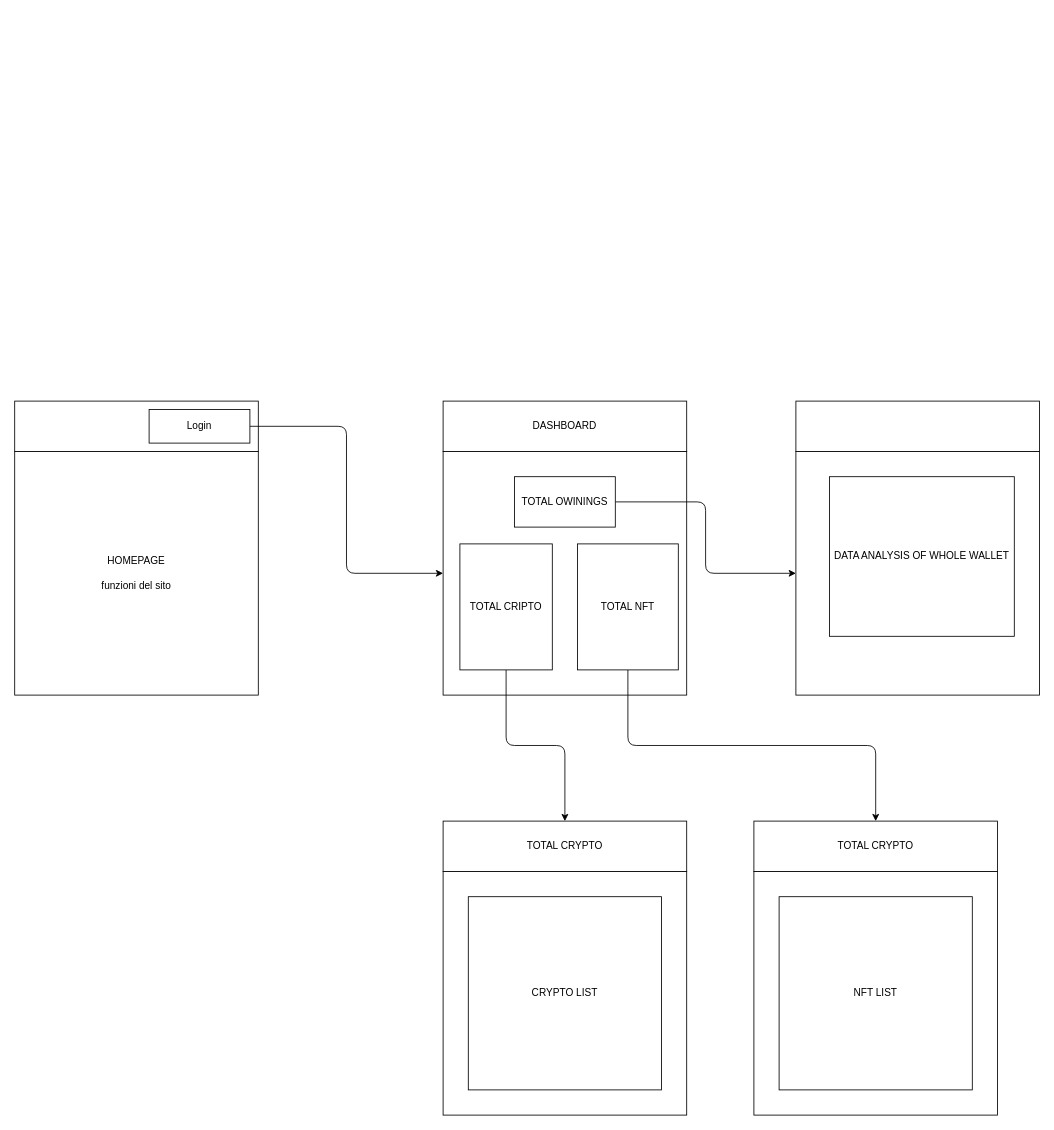
Earlier version of the draw.io diagram website_pages.drawio (Mat-123/CrypTracker). Source tidied: cells renumbered, new cells numbered last; positions are measured from the earlier drawing's top-left corner, leaving out a move shared by most shapes. Both pictures are drawn from the tidied source at 84%, with x=0, y=0 at pixel (14, 401).
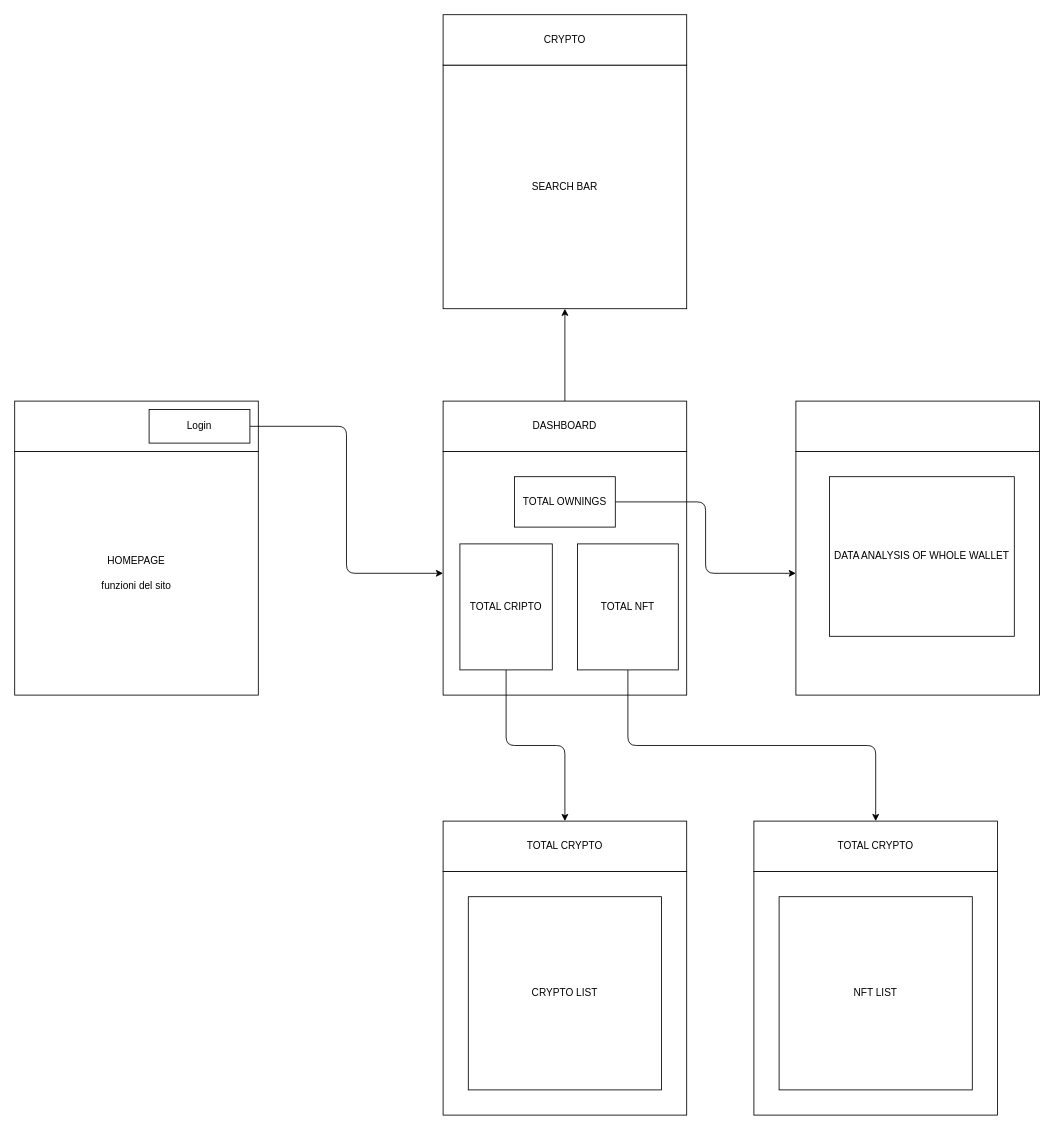
Above is the later version.

The change refers to these unchanged cells:
```xml
<mxCell id="6" value="DASHBOARD" style="rounded=0;whiteSpace=wrap;html=1;" parent="1" vertex="1">
  <mxGeometry x="510" width="290" height="60" as="geometry" />
</mxCell>
```

Diff of the diagram source:
```diff
@@
+    <mxCell id="23" style="edgeStyle=none;html=1;exitX=0.5;exitY=0;exitDx=0;exitDy=0;entryX=0.5;entryY=1;entryDx=0;entryDy=0;" parent="1" edge="1" source="6" target="24">
+      <mxGeometry relative="1" as="geometry" />
+    </mxCell>
@@
-    <mxCell id="9" value="TOTAL OWININGS" style="rounded=0;whiteSpace=wrap;html=1;" parent="1" vertex="1">
+    <mxCell id="9" value="TOTAL OWNINGS" style="rounded=0;whiteSpace=wrap;html=1;" parent="1" vertex="1">
       <mxGeometry x="595" y="90" width="120" height="60" as="geometry" />
     </mxCell>
@@
+    <mxCell id="24" value="SEARCH BAR" style="rounded=0;whiteSpace=wrap;html=1;" parent="1" vertex="1">
+      <mxGeometry x="510" y="-400" width="290" height="290" as="geometry" />
+    </mxCell>
+    <mxCell id="25" value="CRYPTO" style="rounded=0;whiteSpace=wrap;html=1;" parent="1" vertex="1">
+      <mxGeometry x="510" y="-460" width="290" height="60" as="geometry" />
+    </mxCell>
```
